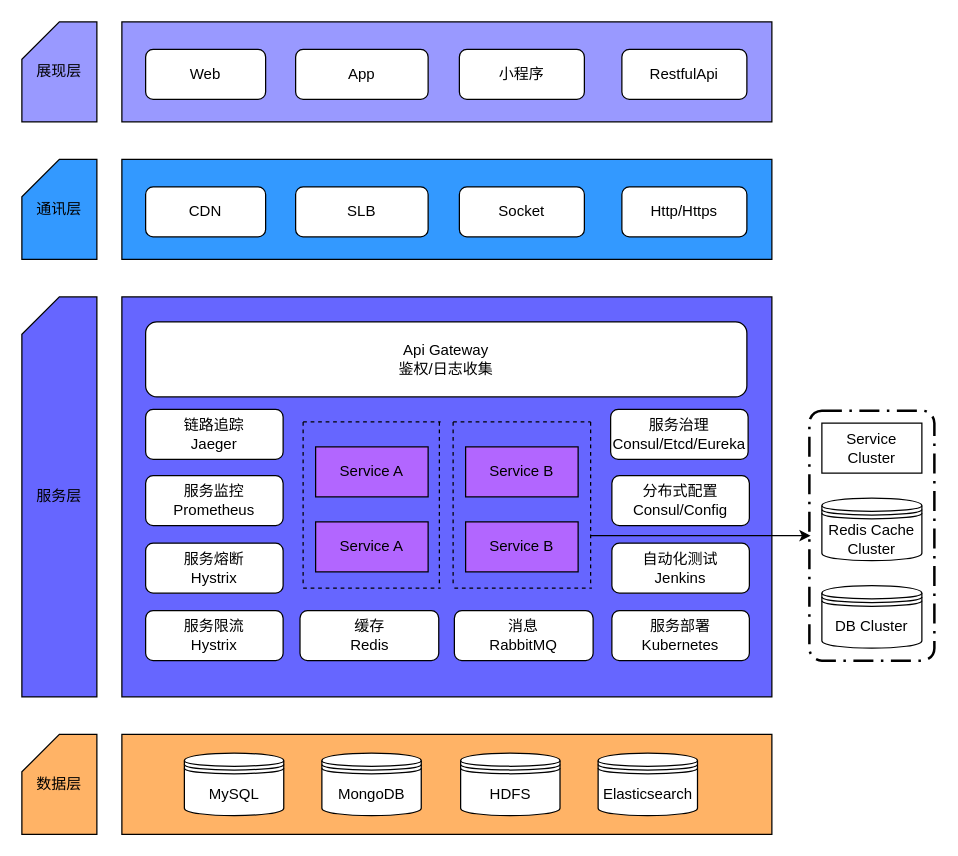
Before: archives/2017/美翻应用架构.drawio in december183/december183.github.io, a draw.io diagram. Source tidied: cells renumbered, new cells numbered last; positions are measured from the earlier drawing's top-left corner, leaving out a move shared by most shapes. Both pictures are drawn from the tidied source at 125%, with x=0, y=0 at pixel (21, 21).
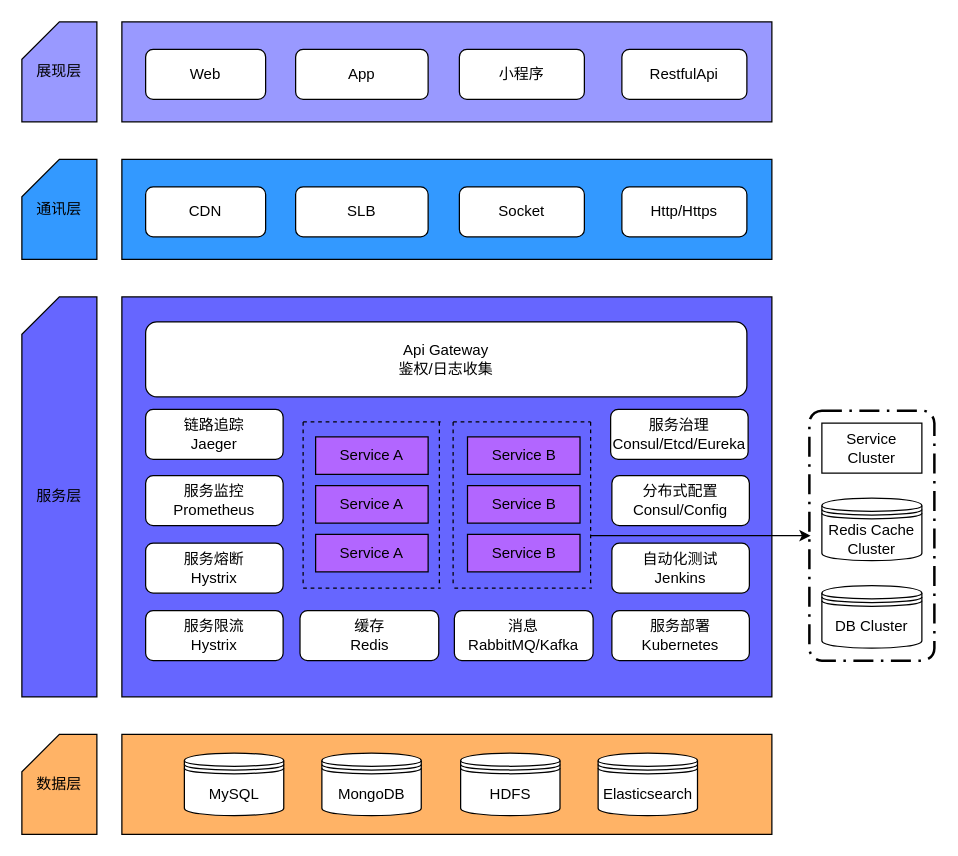
The same diagram, later.

Commit message:
Update 美翻应用架构.drawio

Change to the diagram source:
```diff
@@
     <mxCell id="3" value="Service A" style="rounded=0;whiteSpace=wrap;html=1;fillColor=#B266FF;" parent="1" vertex="1">
-      <mxGeometry x="235" y="340" width="90" height="40" as="geometry" />
+      <mxGeometry x="235" y="332" width="90" height="30" as="geometry" />
     </mxCell>
-    <mxCell id="4" value="Service A" style="rounded=0;whiteSpace=wrap;html=1;fillColor=#B266FF;" parent="1" vertex="1">
-      <mxGeometry x="235" y="400" width="90" height="40" as="geometry" />
-    </mxCell>
@@
-    <mxCell id="9" value="Service B" style="rounded=0;whiteSpace=wrap;html=1;fillColor=#B266FF;" parent="1" vertex="1">
-      <mxGeometry x="355" y="340" width="90" height="40" as="geometry" />
-    </mxCell>
-    <mxCell id="10" value="Service B" style="rounded=0;whiteSpace=wrap;html=1;fillColor=#B266FF;" parent="1" vertex="1">
-      <mxGeometry x="355" y="400" width="90" height="40" as="geometry" />
-    </mxCell>
@@
-    <mxCell id="24" value="消息&lt;br&gt;RabbitMQ" style="rounded=1;whiteSpace=wrap;html=1;" parent="1" vertex="1">
+    <mxCell id="24" value="消息&lt;br&gt;RabbitMQ/Kafka" style="rounded=1;whiteSpace=wrap;html=1;" parent="1" vertex="1">
       <mxGeometry x="346" y="471" width="111" height="40" as="geometry" />
     </mxCell>
@@
+    <mxCell id="50" value="Service A" style="rounded=0;whiteSpace=wrap;html=1;fillColor=#B266FF;" parent="1" vertex="1">
+      <mxGeometry x="235" y="371" width="90" height="30" as="geometry" />
+    </mxCell>
+    <mxCell id="51" value="Service A" style="rounded=0;whiteSpace=wrap;html=1;fillColor=#B266FF;" parent="1" vertex="1">
+      <mxGeometry x="235" y="410" width="90" height="30" as="geometry" />
+    </mxCell>
+    <mxCell id="52" value="Service B" style="rounded=0;whiteSpace=wrap;html=1;fillColor=#B266FF;" parent="1" vertex="1">
+      <mxGeometry x="356.5" y="332" width="90" height="30" as="geometry" />
+    </mxCell>
+    <mxCell id="53" value="Service B" style="rounded=0;whiteSpace=wrap;html=1;fillColor=#B266FF;" parent="1" vertex="1">
+      <mxGeometry x="356.5" y="371" width="90" height="30" as="geometry" />
+    </mxCell>
+    <mxCell id="54" value="Service B" style="rounded=0;whiteSpace=wrap;html=1;fillColor=#B266FF;" parent="1" vertex="1">
+      <mxGeometry x="356.5" y="410" width="90" height="30" as="geometry" />
+    </mxCell>
```
